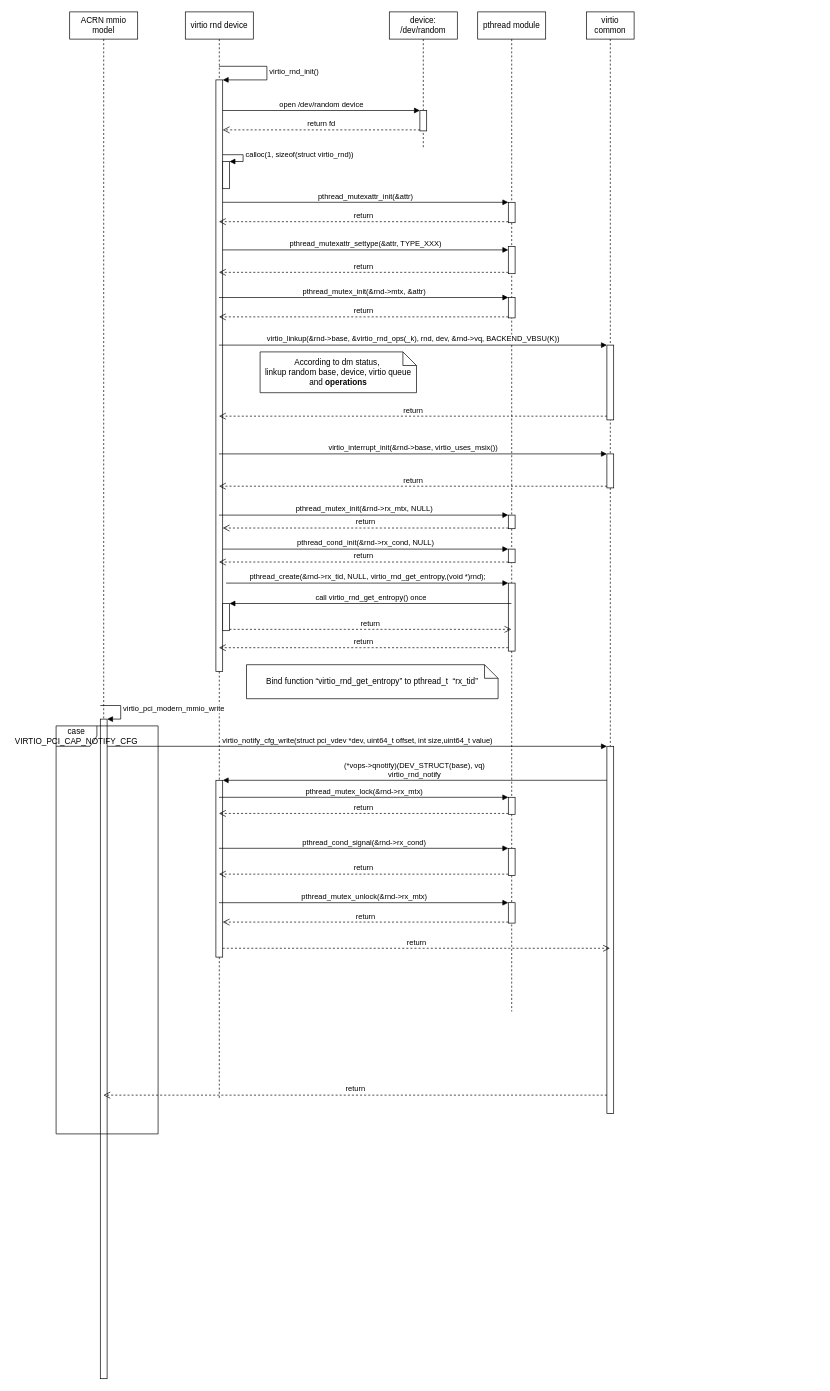
Earlier version of the draw.io diagram virtio_rnd.drawio (JannaiWu/Drawio). Source tidied: cells renumbered, new cells numbered last; positions are measured from the earlier drawing's top-left corner, leaving out a move shared by most shapes. Both pictures are drawn from the tidied source at 68%, with x=0, y=0 at pixel (56, 12).
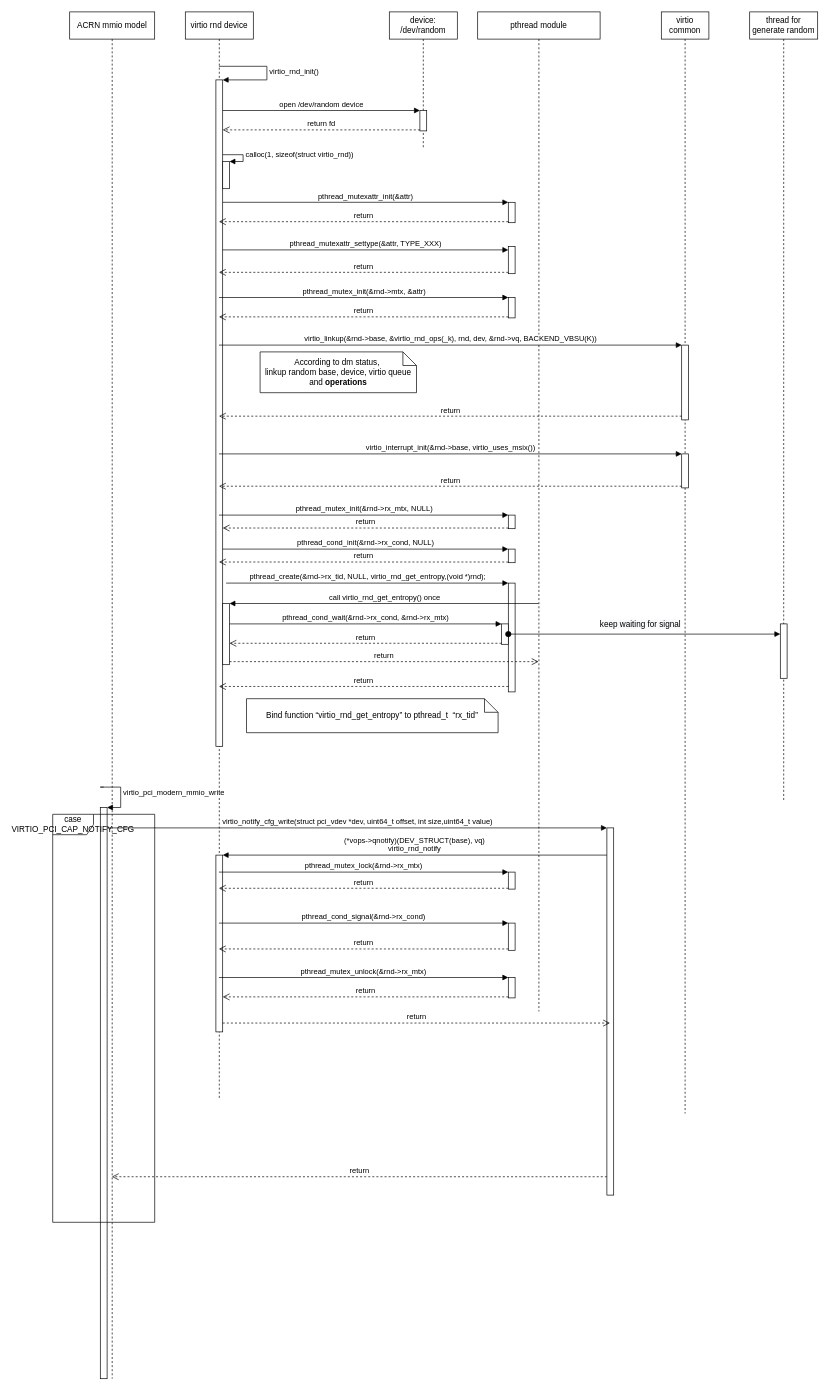
After the change.

The change refers to these unchanged cells:
```xml
<mxCell id="2" value="virtio rnd device" style="shape=umlLifeline;perimeter=lifelinePerimeter;whiteSpace=wrap;html=1;outlineConnect=0;" parent="1" vertex="1">
  <mxGeometry x="190" width="100" height="1600" as="geometry" />
</mxCell>
```

Change to the diagram source:
```diff
@@
     <mxCell id="3" style="html=1;points=[];perimeter=orthogonalPerimeter;" parent="2" vertex="1">
-      <mxGeometry x="45" y="100" width="10" height="870" as="geometry" />
+      <mxGeometry x="45" y="100" width="10" height="980" as="geometry" />
     </mxCell>
@@
-    <mxCell id="7" style="html=1;points=[];perimeter=orthogonalPerimeter;" parent="2" vertex="1">
-      <mxGeometry x="45" y="1130" width="10" height="260" as="geometry" />
-    </mxCell>
     <mxCell id="8" style="html=1;points=[];perimeter=orthogonalPerimeter;" parent="2" vertex="1">
-      <mxGeometry x="55" y="870" width="10" height="40" as="geometry" />
+      <mxGeometry x="55" y="870" width="10" height="90" as="geometry" />
     </mxCell>
@@
     <mxCell id="13" value="pthread module" style="shape=umlLifeline;perimeter=lifelinePerimeter;whiteSpace=wrap;html=1;outlineConnect=0;" parent="1" vertex="1">
-      <mxGeometry x="620" width="100" height="1470" as="geometry" />
+      <mxGeometry x="620" width="180" height="1470" as="geometry" />
     </mxCell>
@@
     <mxCell id="19" style="html=1;points=[];perimeter=orthogonalPerimeter;" parent="13" vertex="1">
-      <mxGeometry x="45" y="840" width="10" height="100" as="geometry" />
+      <mxGeometry x="45" y="840" width="10" height="160" as="geometry" />
     </mxCell>
-    <mxCell id="20" style="html=1;points=[];perimeter=orthogonalPerimeter;" parent="13" vertex="1">
-      <mxGeometry x="45" y="1155" width="10" height="25" as="geometry" />
-    </mxCell>
-    <mxCell id="21" style="html=1;points=[];perimeter=orthogonalPerimeter;" parent="13" vertex="1">
-      <mxGeometry x="45" y="1230" width="10" height="40" as="geometry" />
-    </mxCell>
-    <mxCell id="22" style="html=1;points=[];perimeter=orthogonalPerimeter;" parent="13" vertex="1">
-      <mxGeometry x="45" y="1310" width="10" height="30" as="geometry" />
-    </mxCell>
+    <mxCell id="61" style="html=1;points=[];perimeter=orthogonalPerimeter;" parent="13" vertex="1">
+      <mxGeometry x="35" y="900" width="10" height="30" as="geometry" />
+    </mxCell>
@@
     <mxCell id="29" value="virtio common" style="shape=umlLifeline;perimeter=lifelinePerimeter;whiteSpace=wrap;html=1;outlineConnect=0;" parent="1" vertex="1">
-      <mxGeometry x="780" width="70" height="1620" as="geometry" />
+      <mxGeometry x="890" width="70" height="1620" as="geometry" />
     </mxCell>
@@
-    <mxCell id="32" style="html=1;points=[];perimeter=orthogonalPerimeter;" parent="29" vertex="1">
-      <mxGeometry x="30" y="1080" width="10" height="540" as="geometry" />
-    </mxCell>
@@
     <mxCell id="44" value="Bind function “virtio_rnd_get_entropy” to pthread_t&amp;nbsp; “rx_tid”" style="shape=note;size=20;whiteSpace=wrap;html=1;" parent="1" vertex="1">
-      <mxGeometry x="280" y="960" width="370" height="50" as="geometry" />
+      <mxGeometry x="280" y="1010" width="370" height="50" as="geometry" />
     </mxCell>
     <mxCell id="45" value="ACRN mmio model" style="shape=umlLifeline;perimeter=lifelinePerimeter;whiteSpace=wrap;html=1;outlineConnect=0;" parent="1" vertex="1">
-      <mxGeometry x="20" width="100" height="2010" as="geometry" />
+      <mxGeometry x="20" width="125" height="2010" as="geometry" />
     </mxCell>
     <mxCell id="46" style="html=1;points=[];perimeter=orthogonalPerimeter;" parent="45" vertex="1">
-      <mxGeometry x="45" y="1040" width="10" height="970" as="geometry" />
+      <mxGeometry x="45" y="1170" width="10" height="840" as="geometry" />
     </mxCell>
     <mxCell id="47" value="virtio_pci_modern_mmio_write" style="edgeStyle=orthogonalEdgeStyle;html=1;align=left;spacingLeft=2;endArrow=block;rounded=0;entryX=1;entryY=0;" parent="45" edge="1" target="46">
       <mxGeometry relative="1" as="geometry">
-        <mxPoint x="45" y="1020" as="sourcePoint" />
+        <mxPoint x="50" y="1140" as="sourcePoint" />
         <Array as="points">
-          <mxPoint x="75" y="1020" />
+          <mxPoint x="45" y="1140" />
+          <mxPoint x="75" y="1140" />
+          <mxPoint x="75" y="1170" />
         </Array>
       </mxGeometry>
     </mxCell>
+    <mxCell id="49" value="case VIRTIO_PCI_CAP_NOTIFY_CFG" style="shape=umlFrame;whiteSpace=wrap;html=1;" parent="45" vertex="1">
+      <mxGeometry x="-25" y="1180" width="150" height="600" as="geometry" />
+    </mxCell>
@@
-    <mxCell id="49" value="case VIRTIO_PCI_CAP_NOTIFY_CFG" style="shape=umlFrame;whiteSpace=wrap;html=1;" parent="1" vertex="1">
-      <mxGeometry y="1050" width="150" height="600" as="geometry" />
-    </mxCell>
@@
+    <mxCell id="59" value="call virtio_rnd_get_entropy() once" style="html=1;verticalAlign=bottom;endArrow=block;entryX=1;entryY=0;rounded=0;" parent="1" edge="1" source="13" target="8">
+      <mxGeometry relative="1" as="geometry" />
+    </mxCell>
+    <mxCell id="60" value="return" style="html=1;verticalAlign=bottom;endArrow=open;dashed=1;endSize=8;exitX=1;exitY=0.95;rounded=0;" parent="1" edge="1" source="8" target="13">
+      <mxGeometry relative="1" as="geometry" />
+    </mxCell>
+    <mxCell id="7" style="html=1;points=[];perimeter=orthogonalPerimeter;" parent="1" vertex="1">
+      <mxGeometry x="235" y="1240" width="10" height="260" as="geometry" />
+    </mxCell>
+    <mxCell id="20" style="html=1;points=[];perimeter=orthogonalPerimeter;" parent="1" vertex="1">
+      <mxGeometry x="665" y="1265" width="10" height="25" as="geometry" />
+    </mxCell>
+    <mxCell id="21" style="html=1;points=[];perimeter=orthogonalPerimeter;" parent="1" vertex="1">
+      <mxGeometry x="665" y="1340" width="10" height="40" as="geometry" />
+    </mxCell>
+    <mxCell id="22" style="html=1;points=[];perimeter=orthogonalPerimeter;" parent="1" vertex="1">
+      <mxGeometry x="665" y="1420" width="10" height="30" as="geometry" />
+    </mxCell>
+    <mxCell id="32" style="html=1;points=[];perimeter=orthogonalPerimeter;" parent="1" vertex="1">
+      <mxGeometry x="810" y="1200" width="10" height="540" as="geometry" />
+    </mxCell>
@@
-    <mxCell id="52" value="return" style="html=1;verticalAlign=bottom;endArrow=open;dashed=1;endSize=8;exitX=1;exitY=0.95;rounded=0;" parent="1" edge="1" source="7" target="29">
-      <mxGeometry relative="1" as="geometry" />
+    <mxCell id="52" value="return" style="html=1;verticalAlign=bottom;endArrow=open;dashed=1;endSize=8;exitX=1;exitY=0.95;rounded=0;" parent="1" edge="1" source="7">
+      <mxGeometry relative="1" as="geometry">
+        <mxPoint x="814.5" y="1487" as="targetPoint" />
+      </mxGeometry>
     </mxCell>
-    <mxCell id="53" value="pthread_mutex_lock(&amp;amp;rnd-&amp;gt;rx_mtx)" style="html=1;verticalAlign=bottom;endArrow=block;entryX=0;entryY=0;rounded=0;" parent="1" edge="1" source="2" target="20">
-      <mxGeometry relative="1" as="geometry" />
+    <mxCell id="53" value="pthread_mutex_lock(&amp;amp;rnd-&amp;gt;rx_mtx)" style="html=1;verticalAlign=bottom;endArrow=block;entryX=0;entryY=0;rounded=0;" parent="1" edge="1" target="20">
+      <mxGeometry relative="1" as="geometry">
+        <mxPoint x="239.4" y="1265" as="sourcePoint" />
+      </mxGeometry>
     </mxCell>
-    <mxCell id="54" value="return" style="html=1;verticalAlign=bottom;endArrow=open;dashed=1;endSize=8;exitX=0;exitY=0.95;rounded=0;" parent="1" edge="1" source="20" target="2">
-      <mxGeometry relative="1" as="geometry" />
+    <mxCell id="54" value="return" style="html=1;verticalAlign=bottom;endArrow=open;dashed=1;endSize=8;exitX=0;exitY=0.95;rounded=0;" parent="1" edge="1" source="20">
+      <mxGeometry relative="1" as="geometry">
+        <mxPoint x="239.4" y="1288.8" as="targetPoint" />
+      </mxGeometry>
     </mxCell>
-    <mxCell id="55" value="pthread_cond_signal(&amp;amp;rnd-&amp;gt;rx_cond)" style="html=1;verticalAlign=bottom;endArrow=block;entryX=0;entryY=0;rounded=0;" parent="1" edge="1" source="2" target="21">
-      <mxGeometry relative="1" as="geometry" />
+    <mxCell id="55" value="pthread_cond_signal(&amp;amp;rnd-&amp;gt;rx_cond)" style="html=1;verticalAlign=bottom;endArrow=block;entryX=0;entryY=0;rounded=0;" parent="1" edge="1" target="21">
+      <mxGeometry relative="1" as="geometry">
+        <mxPoint x="239.4" y="1340" as="sourcePoint" />
+      </mxGeometry>
     </mxCell>
-    <mxCell id="56" value="return" style="html=1;verticalAlign=bottom;endArrow=open;dashed=1;endSize=8;exitX=0;exitY=0.95;rounded=0;" parent="1" edge="1" source="21" target="2">
-      <mxGeometry relative="1" as="geometry" />
+    <mxCell id="56" value="return" style="html=1;verticalAlign=bottom;endArrow=open;dashed=1;endSize=8;exitX=0;exitY=0.95;rounded=0;" parent="1" edge="1" source="21">
+      <mxGeometry relative="1" as="geometry">
+        <mxPoint x="239.4" y="1378" as="targetPoint" />
+      </mxGeometry>
     </mxCell>
-    <mxCell id="57" value="pthread_mutex_unlock(&amp;amp;rnd-&amp;gt;rx_mtx)" style="html=1;verticalAlign=bottom;endArrow=block;entryX=0;entryY=0;rounded=0;" parent="1" edge="1" source="2" target="22">
-      <mxGeometry relative="1" as="geometry" />
+    <mxCell id="57" value="pthread_mutex_unlock(&amp;amp;rnd-&amp;gt;rx_mtx)" style="html=1;verticalAlign=bottom;endArrow=block;entryX=0;entryY=0;rounded=0;" parent="1" edge="1" target="22">
+      <mxGeometry relative="1" as="geometry">
+        <mxPoint x="239.4" y="1420" as="sourcePoint" />
+      </mxGeometry>
     </mxCell>
@@
-    <mxCell id="59" value="call virtio_rnd_get_entropy() once" style="html=1;verticalAlign=bottom;endArrow=block;entryX=1;entryY=0;rounded=0;" parent="1" edge="1" source="13" target="8">
-      <mxGeometry relative="1" as="geometry" />
-    </mxCell>
-    <mxCell id="60" value="return" style="html=1;verticalAlign=bottom;endArrow=open;dashed=1;endSize=8;exitX=1;exitY=0.95;rounded=0;" parent="1" edge="1" source="8" target="13">
-      <mxGeometry relative="1" as="geometry" />
-    </mxCell>
+    <mxCell id="62" value="return" style="html=1;verticalAlign=bottom;endArrow=open;dashed=1;endSize=8;exitX=0;exitY=0.95;rounded=0;" parent="1" edge="1" source="61" target="8">
+      <mxGeometry relative="1" as="geometry" />
+    </mxCell>
+    <mxCell id="63" value="pthread_cond_wait(&amp;amp;rnd-&amp;gt;rx_cond, &amp;amp;rnd-&amp;gt;rx_mtx)" style="html=1;verticalAlign=bottom;endArrow=block;entryX=0;entryY=0;rounded=0;" parent="1" edge="1" source="8" target="61">
+      <mxGeometry relative="1" as="geometry" />
+    </mxCell>
+    <mxCell id="64" value="thread for generate random" style="shape=umlLifeline;perimeter=lifelinePerimeter;whiteSpace=wrap;html=1;" parent="1" vertex="1">
+      <mxGeometry x="1020" width="100" height="1160" as="geometry" />
+    </mxCell>
+    <mxCell id="65" style="html=1;points=[];perimeter=orthogonalPerimeter;" parent="64" vertex="1">
+      <mxGeometry x="45" y="900" width="10" height="80" as="geometry" />
+    </mxCell>
+    <mxCell id="66" value="&lt;span style=&quot;font-size: 12px ; background-color: rgb(248 , 249 , 250)&quot;&gt;keep waiting for signal&lt;/span&gt;" style="html=1;verticalAlign=bottom;startArrow=oval;endArrow=block;startSize=8;rounded=0;" parent="1" edge="1" source="61" target="65">
+      <mxGeometry x="-0.03" y="5" relative="1" as="geometry" />
+    </mxCell>
```
